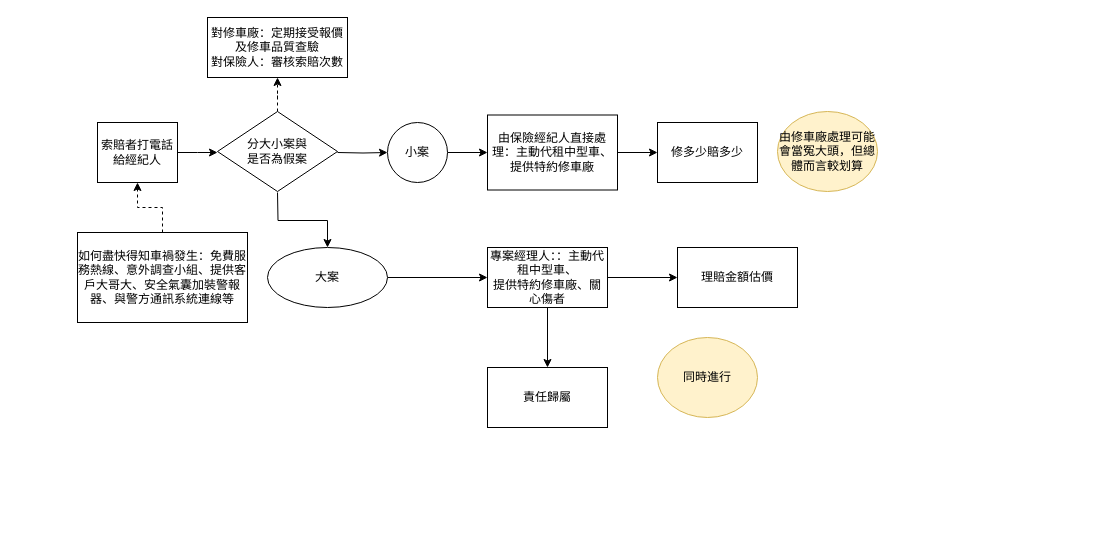
Earlier version of the draw.io diagram page "Page-2" (2 of 2) of Insurance Diagram.drawio (julie-b05302301/diagram.io). Source tidied: cells renumbered, new cells numbered last; positions are measured from the earlier drawing's top-left corner, leaving out a move shared by most shapes. Both pictures are drawn from the tidied source at 100%, with x=0, y=0 at pixel (77, 17).
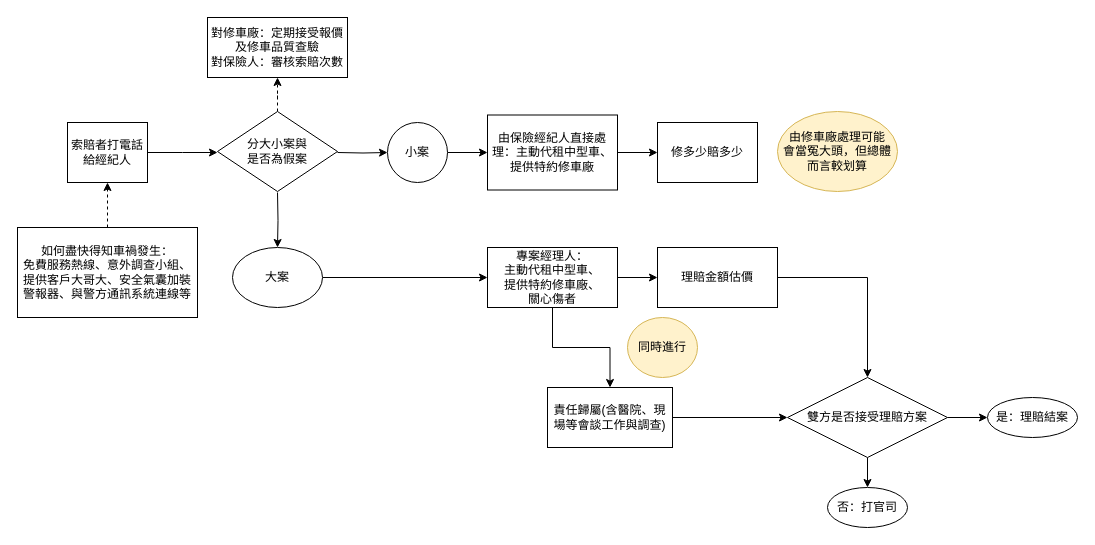
The same diagram, later.

Change to the diagram source:
```diff
@@
     <mxCell id="3" value="索賠者打電話給經紀人" style="rounded=0;whiteSpace=wrap;html=1;" parent="1" vertex="1">
-      <mxGeometry x="20" y="105" width="80" height="60" as="geometry" />
+      <mxGeometry x="-10" y="105" width="80" height="60" as="geometry" />
     </mxCell>
@@
     <mxCell id="11" value="大案" style="ellipse;whiteSpace=wrap;html=1;" parent="1" vertex="1">
-      <mxGeometry x="190" y="230" width="120" height="60" as="geometry" />
+      <mxGeometry x="155" y="230" width="90" height="60" as="geometry" />
     </mxCell>
@@
-    <mxCell id="15" value="如何盡快得知車禍發生：免費服務熱線、意外調查小組、提供客戶大哥大、安全氣囊加裝警報器、與警方通訊系統連線等" style="whiteSpace=wrap;html=1;rounded=0;" parent="1" vertex="1">
-      <mxGeometry y="215" width="170" height="90" as="geometry" />
+    <mxCell id="15" value="如何盡快得知車禍發生：&lt;br&gt;免費服務熱線、意外調查小組、提供客戶大哥大、安全氣囊加裝警報器、與警方通訊系統連線等" style="whiteSpace=wrap;html=1;rounded=0;" parent="1" vertex="1">
+      <mxGeometry x="-60" y="210" width="180" height="90" as="geometry" />
     </mxCell>
-    <mxCell id="16" value="由修車廠處理可能會當冤大頭，但總體而言較划算" style="ellipse;whiteSpace=wrap;html=1;fillColor=#fff2cc;strokeColor=#d6b656;" parent="1" vertex="1">
-      <mxGeometry x="700" y="94" width="100" height="80" as="geometry" />
+    <mxCell id="16" value="由修車廠處理可能&lt;br&gt;會當冤大頭，但總體而言較划算" style="ellipse;whiteSpace=wrap;html=1;fillColor=#fff2cc;strokeColor=#d6b656;" parent="1" vertex="1">
+      <mxGeometry x="700" y="94" width="120" height="80" as="geometry" />
     </mxCell>
@@
-    <mxCell id="19" value="專案經理人：：主動代租中型車、&lt;br&gt;提供特約修車廠、關心傷者" style="whiteSpace=wrap;html=1;" parent="1" vertex="1">
-      <mxGeometry x="410" y="230" width="120" height="60" as="geometry" />
+    <mxCell id="19" value="專案經理人：&lt;br&gt;主動代租中型車、&lt;br&gt;提供特約修車廠、&lt;br&gt;關心傷者" style="whiteSpace=wrap;html=1;" parent="1" vertex="1">
+      <mxGeometry x="410" y="230" width="130" height="60" as="geometry" />
     </mxCell>
+    <mxCell id="25" style="edgeStyle=orthogonalEdgeStyle;rounded=0;jettySize=auto;html=1;" parent="1" edge="1" source="20" target="29">
+      <mxGeometry relative="1" as="geometry" />
+    </mxCell>
     <mxCell id="20" value="理賠金額估價" style="whiteSpace=wrap;html=1;" parent="1" vertex="1">
-      <mxGeometry x="600" y="230" width="120" height="60" as="geometry" />
+      <mxGeometry x="580" y="230" width="120" height="60" as="geometry" />
     </mxCell>
+    <mxCell id="26" style="edgeStyle=orthogonalEdgeStyle;rounded=0;jettySize=auto;html=1;entryX=0;entryY=0.5;entryDx=0;entryDy=0;" parent="1" edge="1" source="21" target="29">
+      <mxGeometry relative="1" as="geometry" />
+    </mxCell>
-    <mxCell id="21" value="責任歸屬" style="whiteSpace=wrap;html=1;" parent="1" vertex="1">
-      <mxGeometry x="410" y="350" width="120" height="60" as="geometry" />
+    <mxCell id="21" value="責任歸屬(含醫院、現場等會談工作與調查)" style="whiteSpace=wrap;html=1;" parent="1" vertex="1">
+      <mxGeometry x="470" y="370" width="125" height="60" as="geometry" />
     </mxCell>
@@
     <mxCell id="24" value="同時進行" style="ellipse;whiteSpace=wrap;html=1;fillColor=#fff2cc;strokeColor=#d6b656;" parent="1" vertex="1">
-      <mxGeometry x="580" y="320" width="100" height="80" as="geometry" />
+      <mxGeometry x="550" y="300" width="70" height="60" as="geometry" />
     </mxCell>
+    <mxCell id="27" style="edgeStyle=orthogonalEdgeStyle;rounded=0;jettySize=auto;html=1;" parent="1" edge="1" source="29" target="30">
+      <mxGeometry relative="1" as="geometry" />
+    </mxCell>
+    <mxCell id="28" style="edgeStyle=orthogonalEdgeStyle;rounded=0;jettySize=auto;html=1;" parent="1" edge="1" source="29" target="31">
+      <mxGeometry relative="1" as="geometry" />
+    </mxCell>
+    <mxCell id="29" value="雙方是否接受理賠方案" style="rhombus;whiteSpace=wrap;html=1;" parent="1" vertex="1">
+      <mxGeometry x="710" y="360" width="160" height="80" as="geometry" />
+    </mxCell>
+    <mxCell id="30" value="&lt;span&gt;是：理賠結案&lt;/span&gt;" style="ellipse;whiteSpace=wrap;html=1;" parent="1" vertex="1">
+      <mxGeometry x="910" y="380" width="90" height="40" as="geometry" />
+    </mxCell>
+    <mxCell id="31" value="&lt;span&gt;否：打官司&lt;/span&gt;" style="ellipse;whiteSpace=wrap;html=1;" parent="1" vertex="1">
+      <mxGeometry x="750" y="470" width="80" height="40" as="geometry" />
+    </mxCell>
```
